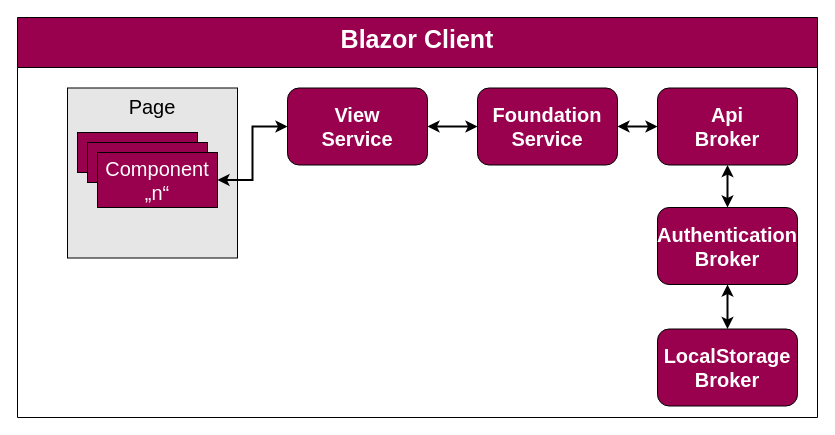
Above: page "Architektur-Blazor" (6 of 9) of Parlivote.Shared/Documentation/Untitled Diagram.drawio in schnickalodeon/Parlivote (draw.io), before the change. Source tidied: cells renumbered, new cells numbered last; positions are measured from the earlier drawing's top-left corner, leaving out a move shared by most shapes. Both pictures are drawn from the tidied source at 100%, with x=0, y=0 at pixel (17, 17).
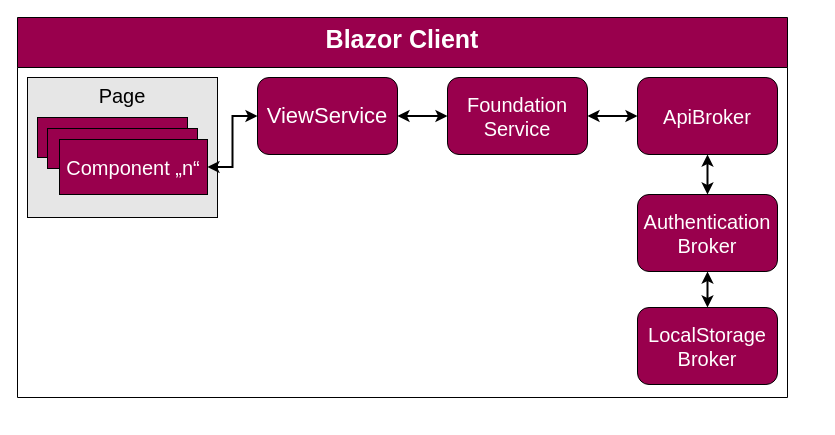
The same diagram, later.

Change to the diagram source:
```diff
@@
 <mxGraphModel>
   <root>
     <mxCell id="0" />
     <mxCell id="1" parent="0" />
     <mxCell id="2" value="Blazor Client" style="swimlane;fontSize=25;fontColor=#FFFFFF;strokeColor=#000000;strokeWidth=1;fillColor=#99004D;startSize=50;verticalAlign=top;" parent="1" vertex="1">
-      <mxGeometry width="800" height="400" as="geometry" />
+      <mxGeometry width="770" height="380" as="geometry" />
     </mxCell>
     <mxCell id="3" value="Page" style="whiteSpace=wrap;html=1;fontSize=20;labelPosition=center;verticalLabelPosition=middle;align=center;verticalAlign=top;fillColor=#E6E6E6;" parent="2" vertex="1">
-      <mxGeometry x="50" y="70.5" width="170" height="170" as="geometry" />
+      <mxGeometry x="10" y="60" width="190" height="140" as="geometry" />
     </mxCell>
     <mxCell id="4" style="rounded=0;whiteSpace=wrap;html=1;fontSize=20;fillColor=#99004D;" parent="2" vertex="1">
-      <mxGeometry x="60" y="115" width="120" height="40" as="geometry" />
+      <mxGeometry x="20" y="100" width="150" height="40" as="geometry" />
     </mxCell>
     <mxCell id="5" style="edgeStyle=orthogonalEdgeStyle;rounded=0;jettySize=auto;html=1;exitX=1;exitY=0.5;exitDx=0;exitDy=0;entryX=0;entryY=0.5;entryDx=0;entryDy=0;fontSize=20;strokeWidth=2;startArrow=classic;startFill=1;" parent="2" edge="1" source="6" target="9">
       <mxGeometry relative="1" as="geometry" />
     </mxCell>
-    <mxCell id="6" value="&lt;font style=&quot;font-size: 20px;&quot;&gt;&lt;b style=&quot;font-size: 20px;&quot;&gt;Foundation&lt;br style=&quot;font-size: 20px;&quot;&gt;Service&lt;br style=&quot;font-size: 20px;&quot;&gt;&lt;/b&gt;&lt;/font&gt;" style="rounded=1;whiteSpace=wrap;html=1;fontSize=20;fontColor=#FFFFFF;strokeColor=#000000;strokeWidth=1;fillColor=#99004D;" parent="2" vertex="1">
-      <mxGeometry x="460" y="70.5" width="140" height="77" as="geometry" />
+    <mxCell id="6" value="&lt;font style=&quot;font-size: 20px;&quot;&gt;&lt;span style=&quot;font-size: 20px;&quot;&gt;Foundation&lt;br style=&quot;font-size: 20px;&quot;&gt;Service&lt;br style=&quot;font-size: 20px;&quot;&gt;&lt;/span&gt;&lt;/font&gt;" style="rounded=1;whiteSpace=wrap;html=1;fontSize=20;fontColor=#FFFFFF;strokeColor=#000000;strokeWidth=1;fillColor=#99004D;" parent="2" vertex="1">
+      <mxGeometry x="430" y="60" width="140" height="77" as="geometry" />
     </mxCell>
     <mxCell id="7" style="edgeStyle=orthogonalEdgeStyle;rounded=0;jettySize=auto;html=1;exitX=1;exitY=0.5;exitDx=0;exitDy=0;entryX=0;entryY=0.5;entryDx=0;entryDy=0;fontSize=20;startArrow=classic;startFill=1;strokeWidth=2;" parent="2" edge="1" source="8" target="6">
       <mxGeometry relative="1" as="geometry" />
     </mxCell>
-    <mxCell id="8" value="&lt;font style=&quot;font-size: 20px;&quot;&gt;&lt;b style=&quot;font-size: 20px;&quot;&gt;View&lt;br style=&quot;font-size: 20px;&quot;&gt;Service&lt;br style=&quot;font-size: 20px;&quot;&gt;&lt;/b&gt;&lt;/font&gt;" style="rounded=1;whiteSpace=wrap;html=1;fontSize=20;fontColor=#FFFFFF;strokeColor=#000000;strokeWidth=1;fillColor=#99004D;" parent="2" vertex="1">
-      <mxGeometry x="270" y="70.5" width="140" height="77" as="geometry" />
+    <mxCell id="8" value="&lt;font style=&quot;font-size: 22px;&quot;&gt;&lt;span style=&quot;&quot;&gt;ViewService&lt;br style=&quot;font-size: 20px;&quot;&gt;&lt;/span&gt;&lt;/font&gt;" style="rounded=1;whiteSpace=wrap;html=1;fontSize=20;fontColor=#FFFFFF;strokeColor=#000000;strokeWidth=1;fillColor=#99004D;" parent="2" vertex="1">
+      <mxGeometry x="240" y="60" width="140" height="77" as="geometry" />
     </mxCell>
-    <mxCell id="9" value="&lt;font style=&quot;font-size: 20px;&quot;&gt;&lt;b style=&quot;font-size: 20px;&quot;&gt;Api&lt;br style=&quot;font-size: 20px;&quot;&gt;Broker&lt;/b&gt;&lt;/font&gt;" style="rounded=1;whiteSpace=wrap;html=1;fontSize=20;fontColor=#FFFFFF;strokeColor=#000000;strokeWidth=1;fillColor=#99004D;" parent="2" vertex="1">
-      <mxGeometry x="640" y="70.5" width="140" height="77" as="geometry" />
+    <mxCell id="9" value="&lt;font style=&quot;font-size: 20px;&quot;&gt;&lt;span style=&quot;font-size: 20px;&quot;&gt;ApiBroker&lt;/span&gt;&lt;/font&gt;" style="rounded=1;whiteSpace=wrap;html=1;fontSize=20;fontColor=#FFFFFF;strokeColor=#000000;strokeWidth=1;fillColor=#99004D;" parent="2" vertex="1">
+      <mxGeometry x="620" y="60" width="140" height="77" as="geometry" />
     </mxCell>
     <mxCell id="10" style="rounded=0;whiteSpace=wrap;html=1;fontSize=20;fillColor=#99004D;" parent="2" vertex="1">
-      <mxGeometry x="70" y="125" width="120" height="40" as="geometry" />
+      <mxGeometry x="30" y="111" width="150" height="40" as="geometry" />
     </mxCell>
     <mxCell id="11" style="edgeStyle=orthogonalEdgeStyle;rounded=0;jettySize=auto;html=1;exitX=1;exitY=0.5;exitDx=0;exitDy=0;fontSize=20;startArrow=classic;startFill=1;strokeWidth=2;" parent="2" edge="1" source="12" target="8">
       <mxGeometry relative="1" as="geometry" />
     </mxCell>
     <mxCell id="12" value="Component „n“" style="rounded=0;whiteSpace=wrap;html=1;fontSize=20;fillColor=#99004D;fontColor=#FFFFFF;" parent="2" vertex="1">
-      <mxGeometry x="80" y="135" width="120" height="55" as="geometry" />
+      <mxGeometry x="42" y="122" width="148" height="55" as="geometry" />
     </mxCell>
     <mxCell id="13" style="edgeStyle=orthogonalEdgeStyle;rounded=0;jettySize=auto;html=1;exitX=0.5;exitY=0;exitDx=0;exitDy=0;entryX=0.5;entryY=1;entryDx=0;entryDy=0;fontSize=20;fontColor=#FFFFFF;startArrow=classic;startFill=1;strokeWidth=2;" parent="2" edge="1" source="15" target="9">
       <mxGeometry relative="1" as="geometry" />
     </mxCell>
     <mxCell id="14" style="edgeStyle=orthogonalEdgeStyle;rounded=0;jettySize=auto;html=1;exitX=0.5;exitY=1;exitDx=0;exitDy=0;entryX=0.5;entryY=0;entryDx=0;entryDy=0;fontSize=20;fontColor=#FFFFFF;startArrow=classic;startFill=1;strokeWidth=2;" parent="2" edge="1" source="15" target="16">
       <mxGeometry relative="1" as="geometry" />
     </mxCell>
-    <mxCell id="15" value="&lt;font style=&quot;font-size: 20px;&quot;&gt;&lt;b style=&quot;font-size: 20px;&quot;&gt;Authentication&lt;br style=&quot;font-size: 20px;&quot;&gt;Broker&lt;/b&gt;&lt;/font&gt;" style="rounded=1;whiteSpace=wrap;html=1;fontSize=20;fontColor=#FFFFFF;strokeColor=#000000;strokeWidth=1;fillColor=#99004D;" parent="2" vertex="1">
-      <mxGeometry x="640" y="190" width="140" height="77" as="geometry" />
+    <mxCell id="15" value="&lt;font style=&quot;font-size: 20px;&quot;&gt;&lt;span style=&quot;font-size: 20px;&quot;&gt;Authentication&lt;br style=&quot;font-size: 20px;&quot;&gt;Broker&lt;/span&gt;&lt;/font&gt;" style="rounded=1;whiteSpace=wrap;html=1;fontSize=20;fontColor=#FFFFFF;strokeColor=#000000;strokeWidth=1;fillColor=#99004D;" parent="2" vertex="1">
+      <mxGeometry x="620" y="177" width="140" height="77" as="geometry" />
     </mxCell>
-    <mxCell id="16" value="&lt;font style=&quot;font-size: 20px;&quot;&gt;&lt;b style=&quot;font-size: 20px;&quot;&gt;LocalStorage&lt;br style=&quot;font-size: 20px;&quot;&gt;Broker&lt;/b&gt;&lt;/font&gt;" style="rounded=1;whiteSpace=wrap;html=1;fontSize=20;fontColor=#FFFFFF;strokeColor=#000000;strokeWidth=1;fillColor=#99004D;" parent="2" vertex="1">
-      <mxGeometry x="640" y="311.5" width="140" height="77" as="geometry" />
+    <mxCell id="16" value="&lt;font style=&quot;font-size: 20px;&quot;&gt;&lt;span style=&quot;font-size: 20px;&quot;&gt;LocalStorage&lt;br style=&quot;font-size: 20px;&quot;&gt;Broker&lt;/span&gt;&lt;/font&gt;" style="rounded=1;whiteSpace=wrap;html=1;fontSize=20;fontColor=#FFFFFF;strokeColor=#000000;strokeWidth=1;fillColor=#99004D;" parent="2" vertex="1">
+      <mxGeometry x="620" y="290" width="140" height="77" as="geometry" />
     </mxCell>
   </root>
 </mxGraphModel>
```
